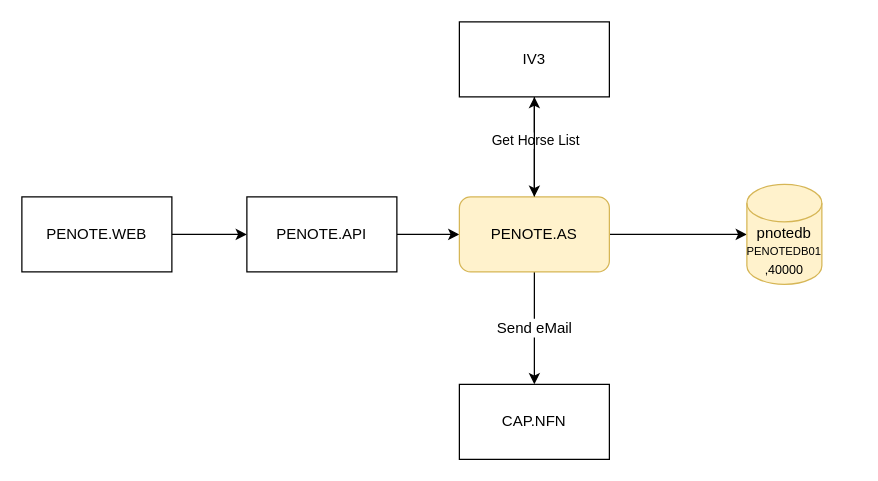
Before: page "PENOTE-01" (9 of 9) of Documents/PushAs.drawio in ponik/DMFramework, a draw.io diagram. Source tidied: cells renumbered, new cells numbered last; positions are measured from the earlier drawing's top-left corner, leaving out a move shared by most shapes. Both pictures are drawn from the tidied source at 125%, with x=0, y=0 at pixel (21, 21).
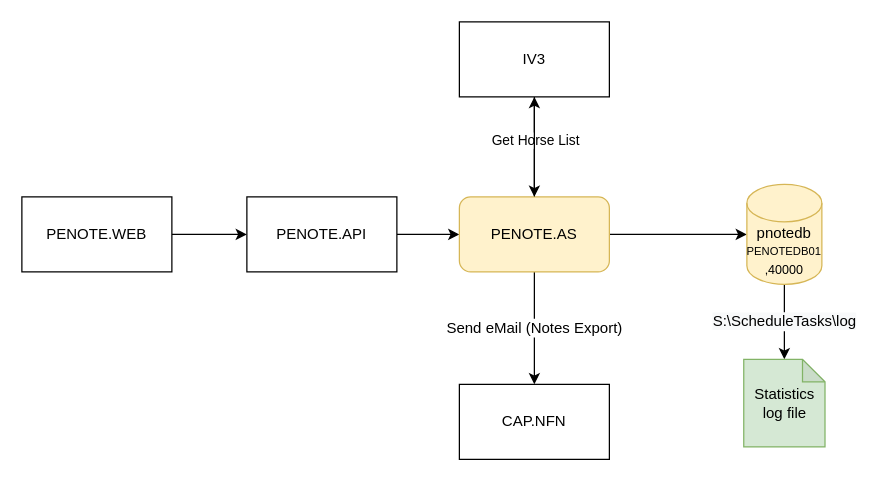
The same diagram, later.

What changed in the source:
```diff
@@
 <mxGraphModel>
   <root>
     <mxCell id="0" />
     <mxCell id="1" parent="0" />
     <mxCell id="2" style="edgeStyle=orthogonalEdgeStyle;rounded=0;jettySize=auto;html=1;" parent="1" edge="1" source="3" target="12">
       <mxGeometry relative="1" as="geometry" />
     </mxCell>
     <mxCell id="3" value="PENOTE.WEB" style="rounded=0;whiteSpace=wrap;html=1;" parent="1" vertex="1">
       <mxGeometry y="140" width="120" height="60" as="geometry" />
     </mxCell>
-    <mxCell id="4" style="edgeStyle=orthogonalEdgeStyle;rounded=0;jettySize=auto;html=1;exitX=1;exitY=0.5;exitDx=0;exitDy=0;" parent="1" edge="1" source="12" target="9">
+    <mxCell id="4" style="edgeStyle=orthogonalEdgeStyle;rounded=0;jettySize=auto;html=1;exitX=1;exitY=0.5;exitDx=0;exitDy=0;horizontal=0;verticalAlign=middle;" parent="1" edge="1" source="12" target="9">
       <mxGeometry relative="1" as="geometry" />
     </mxCell>
     <mxCell id="5" style="edgeStyle=orthogonalEdgeStyle;rounded=0;jettySize=auto;html=1;" parent="1" edge="1" source="9" target="11">
       <mxGeometry relative="1" as="geometry" />
     </mxCell>
     <mxCell id="6" value="Get Horse List" style="edgeLabel;html=1;align=center;verticalAlign=middle;" parent="5" vertex="1">
       <mxGeometry x="0.15" relative="1" as="geometry" />
     </mxCell>
     <mxCell id="7" style="edgeStyle=orthogonalEdgeStyle;rounded=0;jettySize=auto;html=1;entryX=0;entryY=0.5;entryDx=0;entryDy=0;entryPerimeter=0;" parent="1" edge="1" source="9" target="13">
       <mxGeometry relative="1" as="geometry" />
     </mxCell>
-    <mxCell id="8" value="Send eMail" style="edgeStyle=orthogonalEdgeStyle;rounded=0;jettySize=auto;html=1;fontSize=12;" parent="1" edge="1" source="9" target="14">
+    <mxCell id="8" value="Send eMail (Notes Export)" style="edgeStyle=orthogonalEdgeStyle;rounded=0;jettySize=auto;html=1;fontSize=12;" parent="1" edge="1" source="9" target="14">
       <mxGeometry relative="1" as="geometry" />
     </mxCell>
     <mxCell id="9" value="PENOTE.AS" style="rounded=1;whiteSpace=wrap;html=1;fillColor=#fff2cc;strokeColor=#d6b656;" parent="1" vertex="1">
       <mxGeometry x="350" y="140" width="120" height="60" as="geometry" />
     </mxCell>
     <mxCell id="10" style="edgeStyle=orthogonalEdgeStyle;rounded=0;jettySize=auto;html=1;entryX=0.5;entryY=0;entryDx=0;entryDy=0;" parent="1" edge="1" source="11" target="9">
       <mxGeometry relative="1" as="geometry" />
     </mxCell>
     <mxCell id="11" value="IV3" style="rounded=0;whiteSpace=wrap;html=1;" parent="1" vertex="1">
       <mxGeometry x="350" width="120" height="60" as="geometry" />
     </mxCell>
     <mxCell id="12" value="PENOTE.API" style="rounded=0;whiteSpace=wrap;html=1;" parent="1" vertex="1">
       <mxGeometry x="180" y="140" width="120" height="60" as="geometry" />
     </mxCell>
+    <mxCell id="15" value="&lt;span style=&quot;background-color: rgb(248 , 249 , 250)&quot;&gt;S:\ScheduleTasks\log&lt;/span&gt;" style="edgeStyle=orthogonalEdgeStyle;rounded=0;jettySize=auto;html=1;fontSize=12;" parent="1" edge="1" source="13" target="16">
+      <mxGeometry relative="1" as="geometry" />
+    </mxCell>
     <mxCell id="13" value="&lt;font&gt;&lt;font style=&quot;font-size: 12px&quot;&gt;pnotedb&lt;/font&gt;&lt;br&gt;&lt;font style=&quot;font-size: 9px&quot;&gt;PENOTEDB01&lt;/font&gt;&lt;br&gt;&lt;font size=&quot;1&quot;&gt;,40000&lt;/font&gt;&lt;/font&gt;" style="shape=cylinder3;whiteSpace=wrap;html=1;boundedLbl=1;backgroundOutline=1;size=15;fillColor=#fff2cc;strokeColor=#d6b656;" parent="1" vertex="1">
       <mxGeometry x="580" y="130" width="60" height="80" as="geometry" />
     </mxCell>
     <mxCell id="14" value="CAP.NFN" style="rounded=0;whiteSpace=wrap;html=1;fontSize=12;" parent="1" vertex="1">
       <mxGeometry x="350" y="290" width="120" height="60" as="geometry" />
     </mxCell>
+    <mxCell id="16" value="Statistics log file" style="shape=note;whiteSpace=wrap;html=1;backgroundOutline=1;darkOpacity=0.05;fontSize=12;size=18;fillColor=#d5e8d4;strokeColor=#82b366;" parent="1" vertex="1">
+      <mxGeometry x="577.5" y="270" width="65" height="70" as="geometry" />
+    </mxCell>
   </root>
 </mxGraphModel>
```
